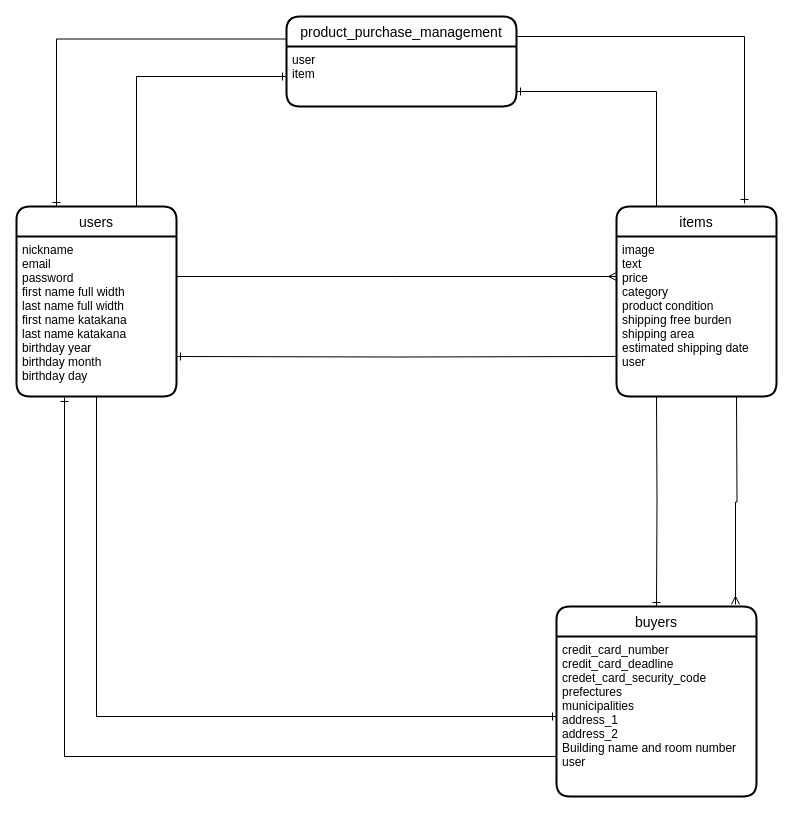
This is furima.dio from mikannsamurai/furima-35718, a draw.io file, before an edit. Source tidied: cells renumbered, new cells numbered last; positions are measured from the earlier drawing's top-left corner, leaving out a move shared by most shapes. Both pictures are drawn from the tidied source at 100%, with x=0, y=0 at pixel (16, 16).
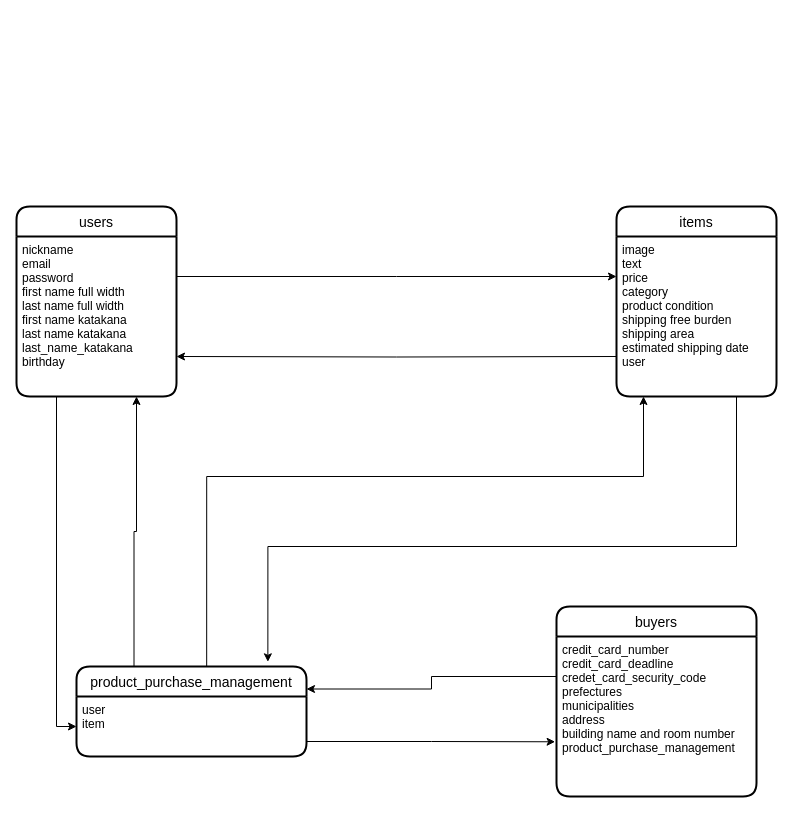
After the change.

Unchanged cells that the change refers to:
```xml
<mxCell id="3" value="users" style="swimlane;horizontal=1;startSize=30;rounded=1;fontSize=14;fontStyle=0;strokeWidth=2;shadow=0;dashed=0;align=center;" parent="1" vertex="1">
  <mxGeometry y="190" width="160" height="190" as="geometry" />
</mxCell>
<mxCell id="6" value="items" style="swimlane;horizontal=1;startSize=30;rounded=1;fontSize=14;fontStyle=0;strokeWidth=2;shadow=0;dashed=0;align=center;" parent="1" vertex="1">
  <mxGeometry x="600" y="190" width="160" height="190" as="geometry" />
</mxCell>
<mxCell id="7" value="image&#10;text&#10;price&#10;category&#10;product condition&#10;shipping free burden&#10;shipping area&#10;estimated shipping date&#10;user&#10;" style="align=left;strokeColor=none;fillColor=none;spacingLeft=4;fontSize=12;verticalAlign=top;" parent="6" vertex="1">
  <mxGeometry y="30" width="160" height="160" as="geometry" />
</mxCell>
<mxCell id="8" value="buyers" style="swimlane;horizontal=1;startSize=30;rounded=1;fontSize=14;fontStyle=0;strokeWidth=2;shadow=0;dashed=0;align=center;" parent="1" vertex="1">
  <mxGeometry x="540" y="590" width="200" height="190" as="geometry" />
</mxCell>
<mxCell id="18" value="user&#10;item" style="align=left;strokeColor=none;fillColor=none;spacingLeft=4;fontSize=12;verticalAlign=top;" parent="17" vertex="1">
  <mxGeometry y="30" width="230" height="60" as="geometry" />
</mxCell>
```

What changed in the source:
```diff
@@
-    <mxCell id="2" style="edgeStyle=orthogonalEdgeStyle;rounded=0;jettySize=auto;html=1;exitX=0.75;exitY=0;exitDx=0;exitDy=0;endArrow=ERone;endFill=0;strokeWidth=1;entryX=0;entryY=0.5;entryDx=0;entryDy=0;" parent="1" edge="1" source="3" target="18">
-      <mxGeometry relative="1" as="geometry" />
-    </mxCell>
@@
-    <mxCell id="4" value="nickname&#10;email&#10;password&#10;first name full width&#10;last name full width&#10;first name katakana&#10;last name katakana&#10;birthday year&#10;birthday month&#10;birthday day" style="align=left;strokeColor=none;fillColor=none;spacingLeft=4;fontSize=12;verticalAlign=top;" parent="3" vertex="1">
+    <mxCell id="4" value="nickname&#10;email&#10;password&#10;first name full width&#10;last name full width&#10;first name katakana&#10;last name katakana&#10;last_name_katakana&#10;birthday " style="align=left;strokeColor=none;fillColor=none;spacingLeft=4;fontSize=12;verticalAlign=top;" parent="3" vertex="1">
       <mxGeometry y="30" width="160" height="160" as="geometry" />
     </mxCell>
-    <mxCell id="5" style="edgeStyle=orthogonalEdgeStyle;rounded=0;jettySize=auto;html=1;exitX=0.25;exitY=0;exitDx=0;exitDy=0;entryX=1;entryY=0.75;entryDx=0;entryDy=0;endArrow=ERone;endFill=0;strokeWidth=1;" parent="1" edge="1" source="6" target="18">
-      <mxGeometry relative="1" as="geometry" />
-    </mxCell>
@@
-    <mxCell id="9" value="credit_card_number&#10;credit_card_deadline&#10;credet_card_security_code&#10;prefectures &#10;municipalities&#10;address_1 &#10;address_2&#10;Building name and room number&#10;user" style="align=left;strokeColor=none;fillColor=none;spacingLeft=4;fontSize=12;verticalAlign=top;" parent="8" vertex="1">
+    <mxCell id="9" value="credit_card_number&#10;credit_card_deadline&#10;credet_card_security_code&#10;prefectures &#10;municipalities&#10;address&#10;building name and room number&#10;product_purchase_management" style="align=left;strokeColor=none;fillColor=none;spacingLeft=4;fontSize=12;verticalAlign=top;" parent="8" vertex="1">
       <mxGeometry y="30" width="200" height="160" as="geometry" />
     </mxCell>
-    <mxCell id="10" style="edgeStyle=orthogonalEdgeStyle;rounded=0;jettySize=auto;html=1;exitX=0.5;exitY=1;exitDx=0;exitDy=0;entryX=0;entryY=0.5;entryDx=0;entryDy=0;endArrow=ERone;endFill=0;" parent="1" edge="1" source="4" target="9">
-      <mxGeometry relative="1" as="geometry" />
-    </mxCell>
-    <mxCell id="11" style="edgeStyle=orthogonalEdgeStyle;rounded=0;jettySize=auto;html=1;exitX=0;exitY=0.75;exitDx=0;exitDy=0;endArrow=ERone;endFill=0;strokeWidth=1;entryX=0.3;entryY=1.006;entryDx=0;entryDy=0;entryPerimeter=0;" parent="1" edge="1" source="9" target="4">
-      <mxGeometry relative="1" as="geometry" />
-    </mxCell>
-    <mxCell id="12" style="edgeStyle=orthogonalEdgeStyle;rounded=0;jettySize=auto;html=1;exitX=0.25;exitY=1;exitDx=0;exitDy=0;endArrow=ERone;endFill=0;strokeWidth=1;entryX=0.5;entryY=0;entryDx=0;entryDy=0;" parent="1" edge="1" target="8">
-      <mxGeometry relative="1" as="geometry">
-        <mxPoint x="640" y="380" as="sourcePoint" />
-      </mxGeometry>
-    </mxCell>
-    <mxCell id="13" style="edgeStyle=orthogonalEdgeStyle;rounded=0;jettySize=auto;html=1;exitX=0;exitY=0.75;exitDx=0;exitDy=0;entryX=1;entryY=0.75;entryDx=0;entryDy=0;endArrow=ERone;endFill=0;strokeWidth=1;" parent="1" edge="1" target="4">
+    <mxCell id="13" style="edgeStyle=orthogonalEdgeStyle;rounded=0;jettySize=auto;html=1;exitX=0;exitY=0.75;exitDx=0;exitDy=0;entryX=1;entryY=0.75;entryDx=0;entryDy=0;endArrow=classic;endFill=1;strokeWidth=1;" parent="1" edge="1" target="4">
       <mxGeometry relative="1" as="geometry">
         <mxPoint x="600" y="340" as="sourcePoint" />
       </mxGeometry>
     </mxCell>
-    <mxCell id="14" style="edgeStyle=orthogonalEdgeStyle;rounded=0;jettySize=auto;html=1;exitX=1;exitY=0.25;exitDx=0;exitDy=0;entryX=0;entryY=0.25;entryDx=0;entryDy=0;endArrow=ERmany;endFill=0;strokeWidth=1;" parent="1" edge="1" source="4">
+    <mxCell id="14" style="edgeStyle=orthogonalEdgeStyle;rounded=0;jettySize=auto;html=1;exitX=1;exitY=0.25;exitDx=0;exitDy=0;entryX=0;entryY=0.25;entryDx=0;entryDy=0;endArrow=classic;endFill=1;strokeWidth=1;" parent="1" edge="1" source="4">
       <mxGeometry relative="1" as="geometry">
         <mxPoint x="600" y="260" as="targetPoint" />
       </mxGeometry>
     </mxCell>
-    <mxCell id="15" style="edgeStyle=orthogonalEdgeStyle;rounded=0;jettySize=auto;html=1;exitX=0.75;exitY=1;exitDx=0;exitDy=0;entryX=0.895;entryY=-0.011;entryDx=0;entryDy=0;entryPerimeter=0;endArrow=ERmany;endFill=0;strokeWidth=1;" parent="1" edge="1" target="8">
-      <mxGeometry relative="1" as="geometry">
-        <mxPoint x="720" y="380" as="sourcePoint" />
-      </mxGeometry>
-    </mxCell>
-    <mxCell id="16" style="edgeStyle=orthogonalEdgeStyle;rounded=0;jettySize=auto;html=1;exitX=0;exitY=0.25;exitDx=0;exitDy=0;entryX=0.25;entryY=0;entryDx=0;entryDy=0;endArrow=ERone;endFill=0;strokeWidth=1;" parent="1" edge="1" source="17" target="3">
-      <mxGeometry relative="1" as="geometry" />
-    </mxCell>
+    <mxCell id="20" style="edgeStyle=orthogonalEdgeStyle;rounded=0;jettySize=auto;html=1;exitX=0.25;exitY=0;exitDx=0;exitDy=0;entryX=0.75;entryY=1;entryDx=0;entryDy=0;" parent="1" edge="1" source="17" target="4">
+      <mxGeometry relative="1" as="geometry" />
+    </mxCell>
+    <mxCell id="21" style="edgeStyle=orthogonalEdgeStyle;rounded=0;jettySize=auto;html=1;exitX=0.566;exitY=0.013;exitDx=0;exitDy=0;endArrow=classic;endFill=1;exitPerimeter=0;" parent="1" edge="1" source="17">
+      <mxGeometry relative="1" as="geometry">
+        <mxPoint x="627" y="380" as="targetPoint" />
+        <Array as="points">
+          <mxPoint x="190" y="460" />
+          <mxPoint x="627" y="460" />
+        </Array>
+      </mxGeometry>
+    </mxCell>
     <mxCell id="17" value="product_purchase_management" style="swimlane;horizontal=1;startSize=30;rounded=1;fontSize=14;fontStyle=0;strokeWidth=2;shadow=0;dashed=0;align=center;" parent="1" vertex="1">
-      <mxGeometry x="270" width="230" height="90" as="geometry" />
+      <mxGeometry x="60" y="650" width="230" height="90" as="geometry" />
     </mxCell>
@@
-    <mxCell id="19" style="edgeStyle=orthogonalEdgeStyle;rounded=0;jettySize=auto;html=1;exitX=1;exitY=0.5;exitDx=0;exitDy=0;entryX=0.8;entryY=-0.016;entryDx=0;entryDy=0;entryPerimeter=0;endArrow=ERone;endFill=0;strokeWidth=1;" parent="1" edge="1" source="18" target="6">
-      <mxGeometry relative="1" as="geometry">
-        <Array as="points">
-          <mxPoint x="500" y="20" />
-          <mxPoint x="728" y="20" />
-        </Array>
-      </mxGeometry>
-    </mxCell>
+    <mxCell id="2" style="edgeStyle=orthogonalEdgeStyle;rounded=0;jettySize=auto;html=1;exitX=0.25;exitY=1;exitDx=0;exitDy=0;entryX=0;entryY=0.5;entryDx=0;entryDy=0;" parent="1" edge="1" source="4" target="18">
+      <mxGeometry relative="1" as="geometry" />
+    </mxCell>
+    <mxCell id="22" style="edgeStyle=orthogonalEdgeStyle;rounded=0;jettySize=auto;html=1;exitX=0;exitY=0.25;exitDx=0;exitDy=0;entryX=1;entryY=0.25;entryDx=0;entryDy=0;endArrow=classic;endFill=1;" parent="1" edge="1" source="9" target="17">
+      <mxGeometry relative="1" as="geometry" />
+    </mxCell>
+    <mxCell id="23" style="edgeStyle=orthogonalEdgeStyle;rounded=0;jettySize=auto;html=1;exitX=1;exitY=0.75;exitDx=0;exitDy=0;entryX=-0.007;entryY=0.658;entryDx=0;entryDy=0;entryPerimeter=0;endArrow=classic;endFill=1;" parent="1" edge="1" source="18" target="9">
+      <mxGeometry relative="1" as="geometry" />
+    </mxCell>
+    <mxCell id="24" style="edgeStyle=orthogonalEdgeStyle;rounded=0;jettySize=auto;html=1;exitX=0.75;exitY=1;exitDx=0;exitDy=0;entryX=0.832;entryY=-0.052;entryDx=0;entryDy=0;entryPerimeter=0;endArrow=classic;endFill=1;" parent="1" edge="1" source="7" target="17">
+      <mxGeometry relative="1" as="geometry">
+        <Array as="points">
+          <mxPoint x="720" y="530" />
+          <mxPoint x="251" y="530" />
+        </Array>
+      </mxGeometry>
+    </mxCell>
```
